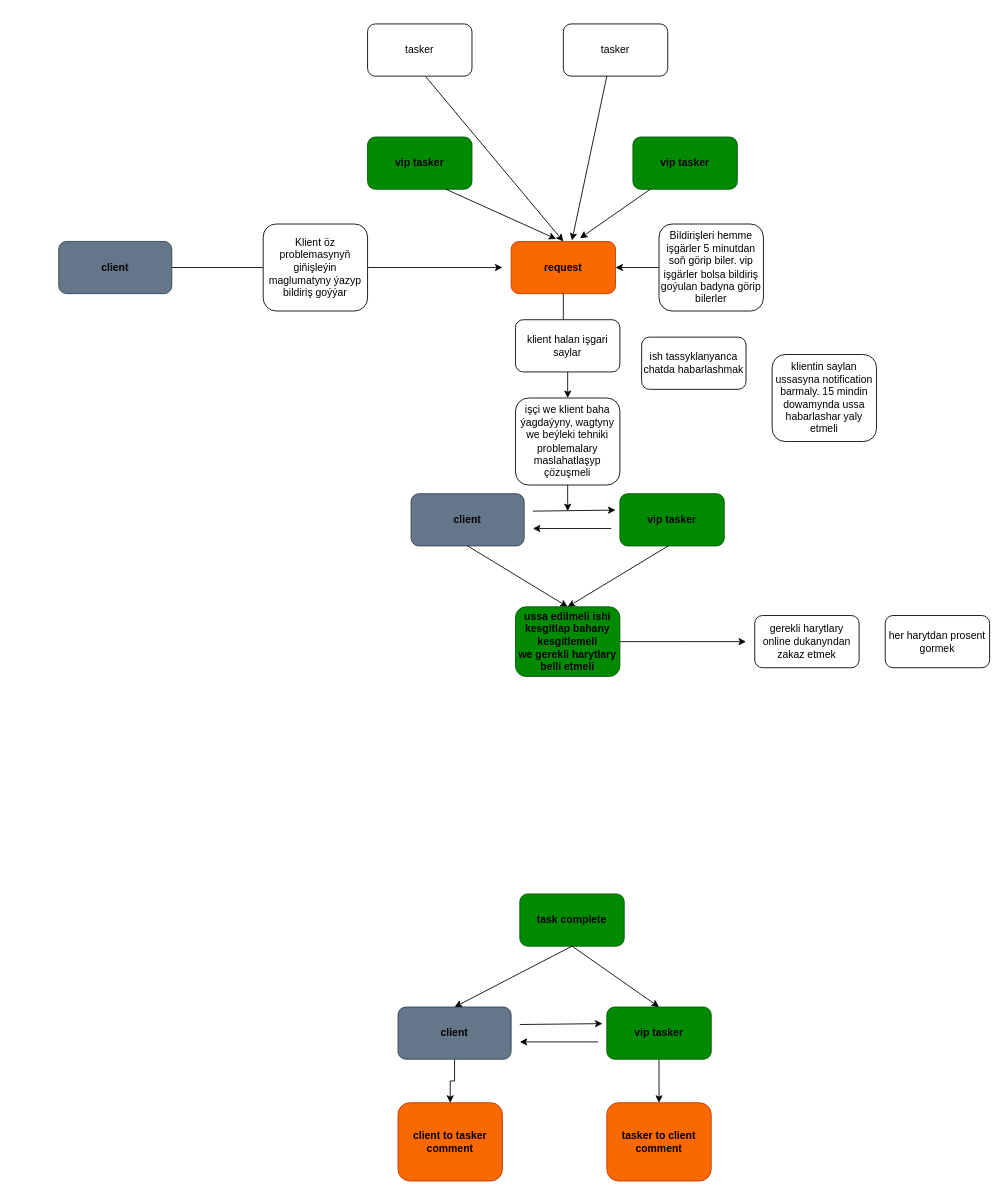
This is Untitled Diagram.drawio from kakovv/demo, a draw.io file, before an edit. Source tidied: cells renumbered, new cells numbered last; positions are measured from the earlier drawing's top-left corner, leaving out a move shared by most shapes. Both pictures are drawn from the tidied source at 87%, with x=0, y=0 at pixel (58, 23).
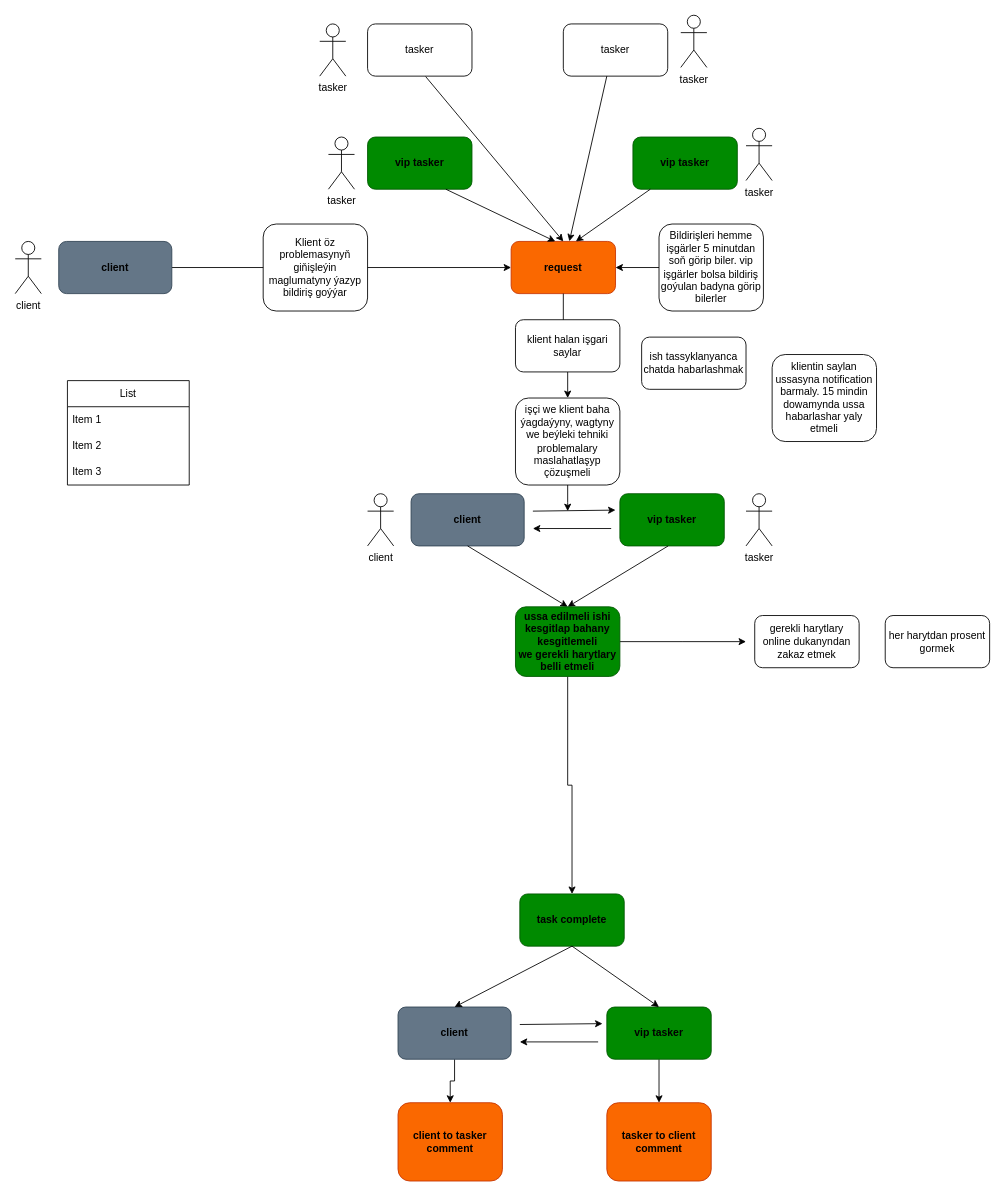
The same diagram, later.

Unchanged cells that the change refers to:
```xml
<mxCell id="3" value="&lt;font color=&quot;#000000&quot;&gt;&lt;b&gt;client&lt;/b&gt;&lt;/font&gt;" style="rounded=1;whiteSpace=wrap;html=1;fillColor=#647687;strokeColor=#314354;fontColor=#ffffff;" parent="1" vertex="1">
  <mxGeometry y="250" width="130" height="60" as="geometry" />
</mxCell>
<mxCell id="4" value="&lt;b&gt;request&lt;/b&gt;" style="rounded=1;whiteSpace=wrap;html=1;fillColor=#fa6800;fontColor=#000000;strokeColor=#C73500;" parent="1" vertex="1">
  <mxGeometry x="520" y="250" width="120" height="60" as="geometry" />
</mxCell>
<mxCell id="5" value="&lt;b&gt;&lt;font color=&quot;#000000&quot;&gt;vip tasker&lt;/font&gt;&lt;/b&gt;" style="rounded=1;whiteSpace=wrap;html=1;fillColor=#008a00;fontColor=#ffffff;strokeColor=#005700;" parent="1" vertex="1">
  <mxGeometry x="355" y="130" width="120" height="60" as="geometry" />
</mxCell>
<mxCell id="17" value="&lt;b&gt;&lt;font color=&quot;#000000&quot;&gt;task complete&lt;/font&gt;&lt;/b&gt;" style="rounded=1;whiteSpace=wrap;html=1;fillColor=#008a00;fontColor=#ffffff;strokeColor=#005700;" parent="1" vertex="1">
  <mxGeometry x="530" y="1000" width="120" height="60" as="geometry" />
</mxCell>
<mxCell id="38" value="&lt;b&gt;&lt;font color=&quot;#000000&quot;&gt;ussa edilmeli ishi kesgitlap bahany kesgitlemeli&lt;br&gt;we gerekli harytlary belli etmeli&lt;br&gt;&lt;/font&gt;&lt;/b&gt;" style="rounded=1;whiteSpace=wrap;html=1;fillColor=#008a00;fontColor=#ffffff;strokeColor=#005700;" parent="1" vertex="1">
  <mxGeometry x="525" y="670" width="120" height="80" as="geometry" />
</mxCell>
```

Change to the diagram source:
```diff
@@
-    <mxCell id="2" style="edgeStyle=orthogonalEdgeStyle;rounded=0;jettySize=auto;html=1;" parent="1" edge="1" source="3">
-      <mxGeometry relative="1" as="geometry">
-        <mxPoint x="510" y="280" as="targetPoint" />
-      </mxGeometry>
+    <mxCell id="2" style="edgeStyle=orthogonalEdgeStyle;rounded=0;jettySize=auto;html=1;entryX=0;entryY=0.5;entryDx=0;entryDy=0;" parent="1" edge="1" source="3" target="4">
+      <mxGeometry relative="1" as="geometry" />
     </mxCell>
@@
-    <mxCell id="6" style="endArrow=classic;html=1;rounded=0;exitX=0.75;exitY=1;exitDx=0;exitDy=0;entryX=0.431;entryY=-0.047;entryDx=0;entryDy=0;entryPerimeter=0;" parent="1" edge="1" source="5" target="4">
+    <mxCell id="6" style="endArrow=classic;html=1;rounded=0;exitX=0.75;exitY=1;exitDx=0;exitDy=0;entryX=0.423;entryY=0;entryDx=0;entryDy=0;entryPerimeter=0;" parent="1" edge="1" source="5" target="4">
       <mxGeometry relative="1" as="geometry" />
     </mxCell>
@@
-    <mxCell id="9" style="endArrow=classic;html=1;rounded=0;exitX=0.75;exitY=1;exitDx=0;exitDy=0;entryX=0.66;entryY=-0.061;entryDx=0;entryDy=0;entryPerimeter=0;" parent="1" edge="1" target="4">
+    <mxCell id="9" style="endArrow=classic;html=1;rounded=0;exitX=0.75;exitY=1;exitDx=0;exitDy=0;entryX=0.62;entryY=0;entryDx=0;entryDy=0;entryPerimeter=0;" parent="1" edge="1" target="4">
       <mxGeometry relative="1" as="geometry">
         <mxPoint x="680" y="190" as="sourcePoint" />
       </mxGeometry>
     </mxCell>
@@
-    <mxCell id="12" style="endArrow=classic;html=1;rounded=0;entryX=0.583;entryY=-0.019;entryDx=0;entryDy=0;entryPerimeter=0;" parent="1" edge="1" target="4">
+    <mxCell id="12" style="endArrow=classic;html=1;rounded=0;entryX=0.558;entryY=-0.002;entryDx=0;entryDy=0;entryPerimeter=0;" parent="1" edge="1" target="4">
       <mxGeometry relative="1" as="geometry">
         <mxPoint x="630" y="60" as="sourcePoint" />
       </mxGeometry>
     </mxCell>
@@
+    <mxCell id="44" style="edgeStyle=orthogonalEdgeStyle;rounded=0;jettySize=auto;html=1;entryX=0.5;entryY=0;entryDx=0;entryDy=0;" parent="1" edge="1" source="38" target="17">
+      <mxGeometry relative="1" as="geometry" />
+    </mxCell>
@@
+    <mxCell id="45" value="tasker" style="shape=umlActor;verticalLabelPosition=bottom;verticalAlign=top;html=1;" parent="1" vertex="1">
+      <mxGeometry x="300" width="30" height="60" as="geometry" />
+    </mxCell>
+    <mxCell id="46" value="tasker" style="shape=umlActor;verticalLabelPosition=bottom;verticalAlign=top;html=1;" parent="1" vertex="1">
+      <mxGeometry x="715" y="-10" width="30" height="60" as="geometry" />
+    </mxCell>
+    <mxCell id="47" value="tasker" style="shape=umlActor;verticalLabelPosition=bottom;verticalAlign=top;html=1;" parent="1" vertex="1">
+      <mxGeometry x="790" y="120" width="30" height="60" as="geometry" />
+    </mxCell>
+    <mxCell id="48" value="tasker" style="shape=umlActor;verticalLabelPosition=bottom;verticalAlign=top;html=1;" parent="1" vertex="1">
+      <mxGeometry x="310" y="130" width="30" height="60" as="geometry" />
+    </mxCell>
+    <mxCell id="49" value="client" style="shape=umlActor;verticalLabelPosition=bottom;verticalAlign=top;html=1;" parent="1" vertex="1">
+      <mxGeometry x="-50" y="250" width="30" height="60" as="geometry" />
+    </mxCell>
+    <mxCell id="50" value="client" style="shape=umlActor;verticalLabelPosition=bottom;verticalAlign=top;html=1;" parent="1" vertex="1">
+      <mxGeometry x="355" y="540" width="30" height="60" as="geometry" />
+    </mxCell>
+    <mxCell id="51" value="tasker" style="shape=umlActor;verticalLabelPosition=bottom;verticalAlign=top;html=1;" parent="1" vertex="1">
+      <mxGeometry x="790" y="540" width="30" height="60" as="geometry" />
+    </mxCell>
+    <mxCell id="52" value="List" style="swimlane;fontStyle=0;horizontal=1;startSize=30;whiteSpace=wrap;html=1;" parent="1" vertex="1">
+      <mxGeometry x="10" y="410" width="140" height="120" as="geometry" />
+    </mxCell>
+    <mxCell id="53" value="Item 1" style="text;strokeColor=none;fillColor=none;align=left;verticalAlign=middle;spacingLeft=4;spacingRight=4;overflow=hidden;whiteSpace=wrap;html=1;" parent="52" vertex="1">
+      <mxGeometry y="30" width="140" height="30" as="geometry" />
+    </mxCell>
+    <mxCell id="54" value="Item 2" style="text;strokeColor=none;fillColor=none;align=left;verticalAlign=middle;spacingLeft=4;spacingRight=4;overflow=hidden;whiteSpace=wrap;html=1;" parent="52" vertex="1">
+      <mxGeometry y="60" width="140" height="30" as="geometry" />
+    </mxCell>
+    <mxCell id="55" value="Item 3" style="text;strokeColor=none;fillColor=none;align=left;verticalAlign=middle;spacingLeft=4;spacingRight=4;overflow=hidden;whiteSpace=wrap;html=1;" parent="52" vertex="1">
+      <mxGeometry y="90" width="140" height="30" as="geometry" />
+    </mxCell>
```
